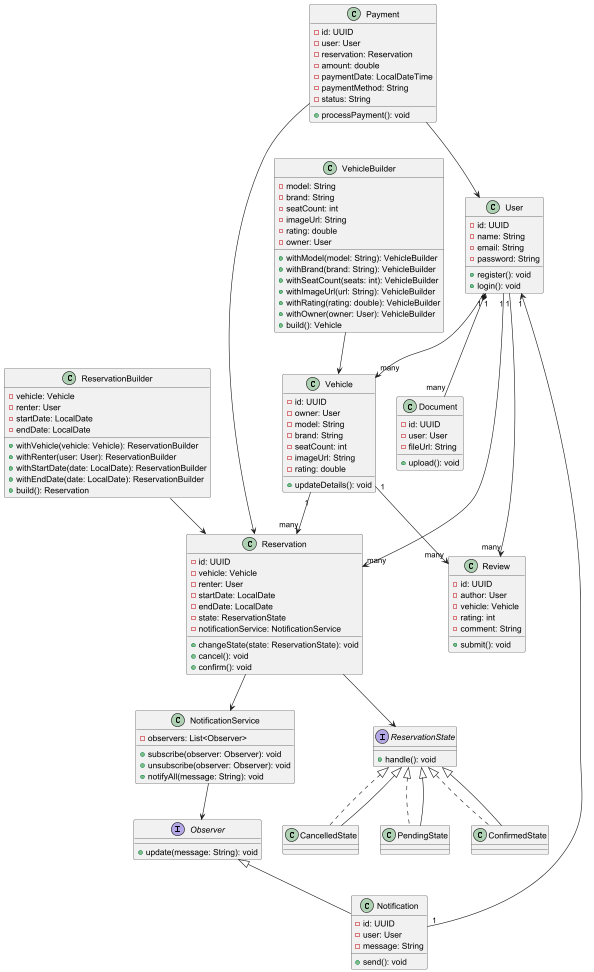
Grupo-4-Open-Source/Report keeps this PlantUML diagram as assets/Class Diagram/ClassDiagramAutomovilUnite.png. Above is the earlier version.
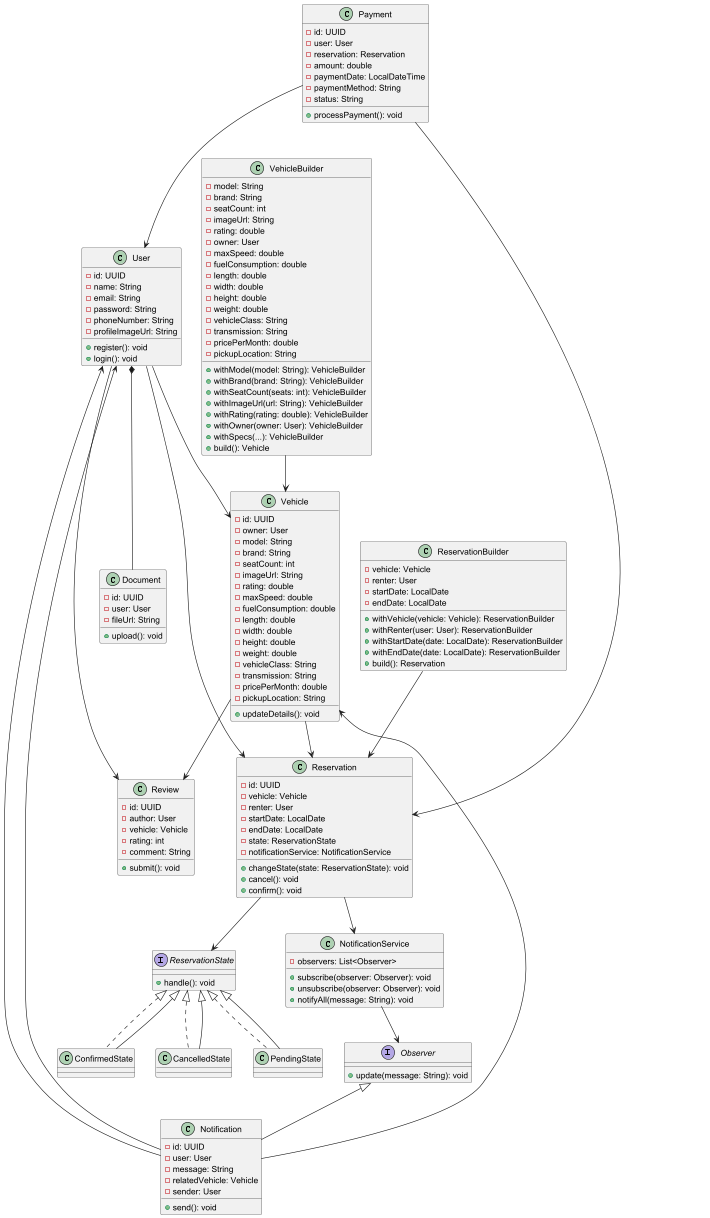
The same file after the commit.

Commit message:
feat: added Class Diagram

The edit, as a diff of the source:
```diff
@@ -5,6 +5,8 @@
   -name: String
   -email: String
   -password: String
+  -phoneNumber: String
+  -profileImageUrl: String
   +register(): void
   +login(): void
 }
@@ -17,6 +19,16 @@
   -seatCount: int
   -imageUrl: String
   -rating: double
+  -maxSpeed: double
+  -fuelConsumption: double
+  -length: double
+  -width: double
+  -height: double
+  -weight: double
+  -vehicleClass: String
+  -transmission: String
+  -pricePerMonth: double
+  -pickupLocation: String
   +updateDetails(): void
 }
 
@@ -78,12 +90,16 @@
   -id: UUID
   -user: User
   -message: String
+  -relatedVehicle: Vehicle
+  -sender: User
   +send(): void
 }
 
 Observer <|-- Notification
 NotificationService --> Observer
 Reservation --> NotificationService
+Notification --> Vehicle
+Notification --> User
 
 interface ReservationState {
   +handle(): void
@@ -106,12 +122,23 @@
   -imageUrl: String
   -rating: double
   -owner: User
+  -maxSpeed: double
+  -fuelConsumption: double
+  -length: double
+  -width: double
+  -height: double
+  -weight: double
+  -vehicleClass: String
+  -transmission: String
+  -pricePerMonth: double
+  -pickupLocation: String
   +withModel(model: String): VehicleBuilder
   +withBrand(brand: String): VehicleBuilder
   +withSeatCount(seats: int): VehicleBuilder
   +withImageUrl(url: String): VehicleBuilder
   +withRating(rating: double): VehicleBuilder
   +withOwner(owner: User): VehicleBuilder
+  +withSpecs(...): VehicleBuilder
   +build(): Vehicle
 }
 
@@ -131,12 +158,12 @@
 
 ReservationBuilder --> Reservation
 
-User "1" --> "many" Vehicle
-User "1" --> "many" Reservation
-User "1" *-- "many" Document
-User "1" --> "many" Review
-Vehicle "1" --> "many" Review
-Vehicle "1" --> "many" Reservation
-Notification "1" --> "1" User
+User --> Vehicle
+User --> Reservation
+User *-- Document
+User --> Review
+Vehicle --> Review
+Vehicle --> Reservation
+Notification --> User
 
 @enduml
```
